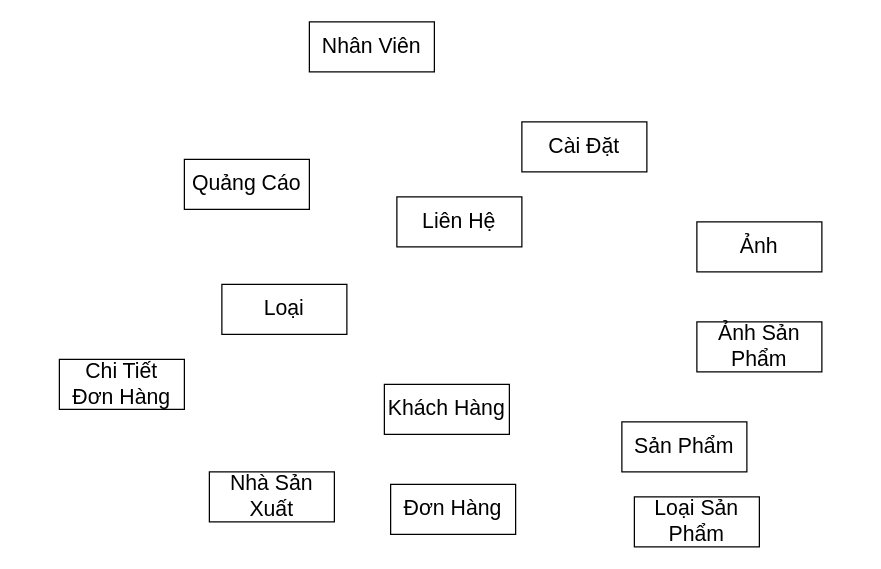
Before: docs/ERD/Sơ Đồ Thực Thể.V1.dio in hoangcony004/project_hoang_vuong, a draw.io diagram. Source tidied: cells renumbered, new cells numbered last; positions are measured from the earlier drawing's top-left corner, leaving out a move shared by most shapes. Both pictures are drawn from the tidied source at 125%, with x=0, y=0 at pixel (59, 21).
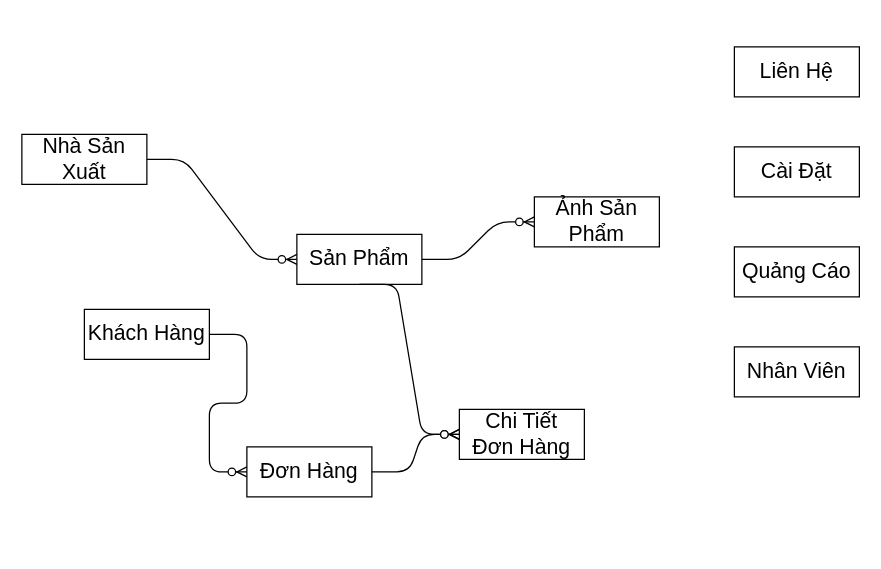
After the change.

What changed in the source:
```diff
@@
 <mxGraphModel>
   <root>
     <mxCell id="0" />
     <mxCell id="1" parent="0" />
     <mxCell id="2" value="Quảng Cáo" style="whiteSpace=wrap;html=1;align=center;fontSize=17;" parent="1" vertex="1">
-      <mxGeometry x="100" y="110" width="100" height="40" as="geometry" />
+      <mxGeometry x="540" y="180" width="100" height="40" as="geometry" />
     </mxCell>
-    <mxCell id="3" value="Loại" style="whiteSpace=wrap;html=1;align=center;fontSize=17;" parent="1" vertex="1">
-      <mxGeometry x="130" y="210" width="100" height="40" as="geometry" />
-    </mxCell>
     <mxCell id="4" value="Liên Hệ" style="whiteSpace=wrap;html=1;align=center;fontSize=17;" parent="1" vertex="1">
-      <mxGeometry x="270" y="140" width="100" height="40" as="geometry" />
+      <mxGeometry x="540" y="20" width="100" height="40" as="geometry" />
     </mxCell>
     <mxCell id="5" value="Khách Hàng" style="whiteSpace=wrap;html=1;align=center;fontSize=17;" parent="1" vertex="1">
-      <mxGeometry x="260" y="290" width="100" height="40" as="geometry" />
+      <mxGeometry x="20" y="230" width="100" height="40" as="geometry" />
     </mxCell>
     <mxCell id="6" value="Nhà Sản Xuất" style="whiteSpace=wrap;html=1;align=center;fontSize=17;" parent="1" vertex="1">
-      <mxGeometry x="120" y="360" width="100" height="40" as="geometry" />
+      <mxGeometry x="-30" y="90" width="100" height="40" as="geometry" />
     </mxCell>
     <mxCell id="7" value="Đơn Hàng" style="whiteSpace=wrap;html=1;align=center;fontSize=17;" parent="1" vertex="1">
-      <mxGeometry x="265" y="370" width="100" height="40" as="geometry" />
+      <mxGeometry x="150" y="340" width="100" height="40" as="geometry" />
     </mxCell>
     <mxCell id="8" value="Chi Tiết &lt;br&gt;Đơn Hàng" style="whiteSpace=wrap;html=1;align=center;fontSize=17;" parent="1" vertex="1">
-      <mxGeometry y="270" width="100" height="40" as="geometry" />
+      <mxGeometry x="320" y="310" width="100" height="40" as="geometry" />
     </mxCell>
     <mxCell id="9" value="Sản Phẩm" style="whiteSpace=wrap;html=1;align=center;fontSize=17;" parent="1" vertex="1">
-      <mxGeometry x="450" y="320" width="100" height="40" as="geometry" />
+      <mxGeometry x="190" y="170" width="100" height="40" as="geometry" />
     </mxCell>
-    <mxCell id="10" value="Ảnh" style="whiteSpace=wrap;html=1;align=center;fontSize=17;" parent="1" vertex="1">
-      <mxGeometry x="510" y="160" width="100" height="40" as="geometry" />
-    </mxCell>
-    <mxCell id="11" value="Loại Sản Phẩm" style="whiteSpace=wrap;html=1;align=center;fontSize=17;" parent="1" vertex="1">
-      <mxGeometry x="460" y="380" width="100" height="40" as="geometry" />
-    </mxCell>
     <mxCell id="12" value="Ảnh Sản Phẩm" style="whiteSpace=wrap;html=1;align=center;fontSize=17;" parent="1" vertex="1">
-      <mxGeometry x="510" y="240" width="100" height="40" as="geometry" />
+      <mxGeometry x="380" y="140" width="100" height="40" as="geometry" />
     </mxCell>
     <mxCell id="13" value="Cài Đặt" style="whiteSpace=wrap;html=1;align=center;fontSize=17;" parent="1" vertex="1">
-      <mxGeometry x="370" y="80" width="100" height="40" as="geometry" />
+      <mxGeometry x="540" y="100" width="100" height="40" as="geometry" />
     </mxCell>
     <mxCell id="14" value="Nhân Viên" style="whiteSpace=wrap;html=1;align=center;fontSize=17;" parent="1" vertex="1">
-      <mxGeometry x="200" width="100" height="40" as="geometry" />
+      <mxGeometry x="540" y="260" width="100" height="40" as="geometry" />
     </mxCell>
+    <mxCell id="15" style="edgeStyle=entityRelationEdgeStyle;fontSize=12;html=1;endArrow=ERzeroToMany;endFill=1;exitX=1;exitY=0.5;exitDx=0;exitDy=0;entryX=0;entryY=0.5;entryDx=0;entryDy=0;" parent="1" edge="1" source="7" target="8">
+      <mxGeometry relative="1" as="geometry" />
+    </mxCell>
+    <mxCell id="16" style="edgeStyle=entityRelationEdgeStyle;fontSize=12;html=1;endArrow=ERzeroToMany;endFill=1;exitX=1;exitY=0.5;exitDx=0;exitDy=0;entryX=0;entryY=0.5;entryDx=0;entryDy=0;" parent="1" edge="1" source="5" target="7">
+      <mxGeometry relative="1" as="geometry" />
+    </mxCell>
+    <mxCell id="17" style="edgeStyle=entityRelationEdgeStyle;fontSize=12;html=1;endArrow=ERzeroToMany;endFill=1;exitX=0.5;exitY=1;exitDx=0;exitDy=0;entryX=0;entryY=0.5;entryDx=0;entryDy=0;" parent="1" edge="1" source="9" target="8">
+      <mxGeometry relative="1" as="geometry" />
+    </mxCell>
+    <mxCell id="18" style="edgeStyle=entityRelationEdgeStyle;fontSize=12;html=1;endArrow=ERzeroToMany;endFill=1;entryX=0;entryY=0.5;entryDx=0;entryDy=0;exitX=1;exitY=0.5;exitDx=0;exitDy=0;" parent="1" edge="1" source="9" target="12">
+      <mxGeometry relative="1" as="geometry" />
+    </mxCell>
+    <mxCell id="19" style="edgeStyle=entityRelationEdgeStyle;fontSize=12;html=1;endArrow=ERzeroToMany;endFill=1;exitX=1;exitY=0.5;exitDx=0;exitDy=0;entryX=0;entryY=0.5;entryDx=0;entryDy=0;" parent="1" edge="1" source="6" target="9">
+      <mxGeometry relative="1" as="geometry" />
+    </mxCell>
   </root>
 </mxGraphModel>
```
